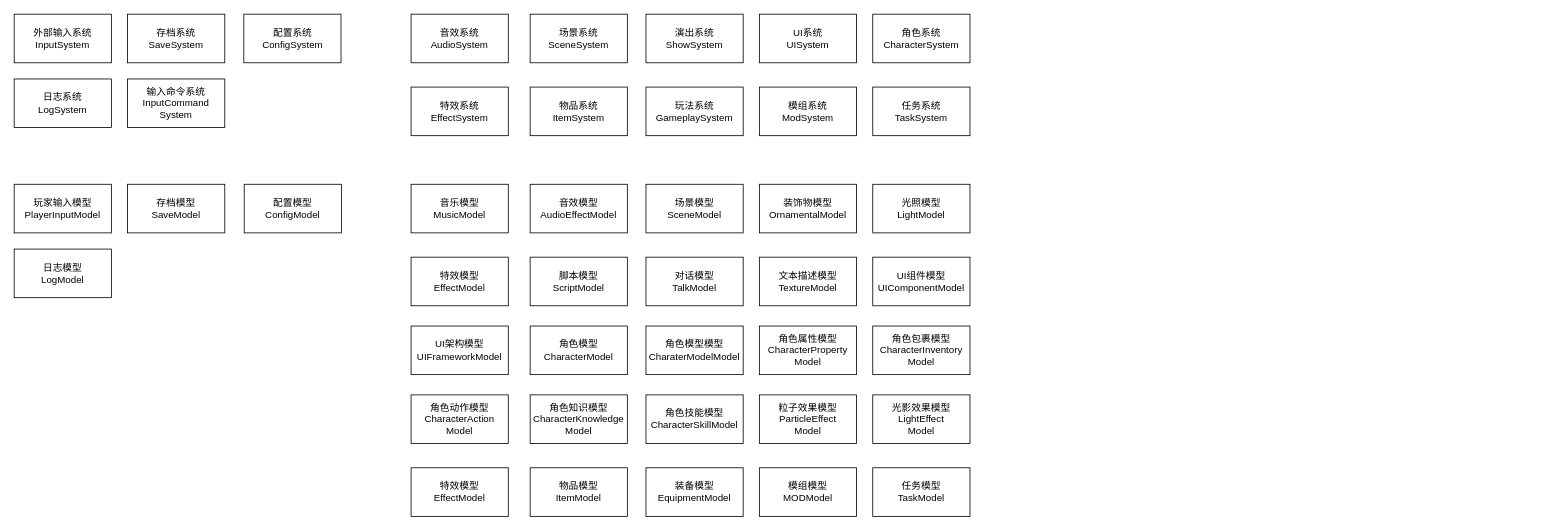
Above: 流程图/系统框架.drawio in Karmel5950/NoteBook (draw.io), before the change. Source tidied: cells renumbered, new cells numbered last; positions are measured from the earlier drawing's top-left corner, leaving out a move shared by most shapes. Both pictures are drawn from the tidied source at 81%, with x=0, y=0 at pixel (14, 14).
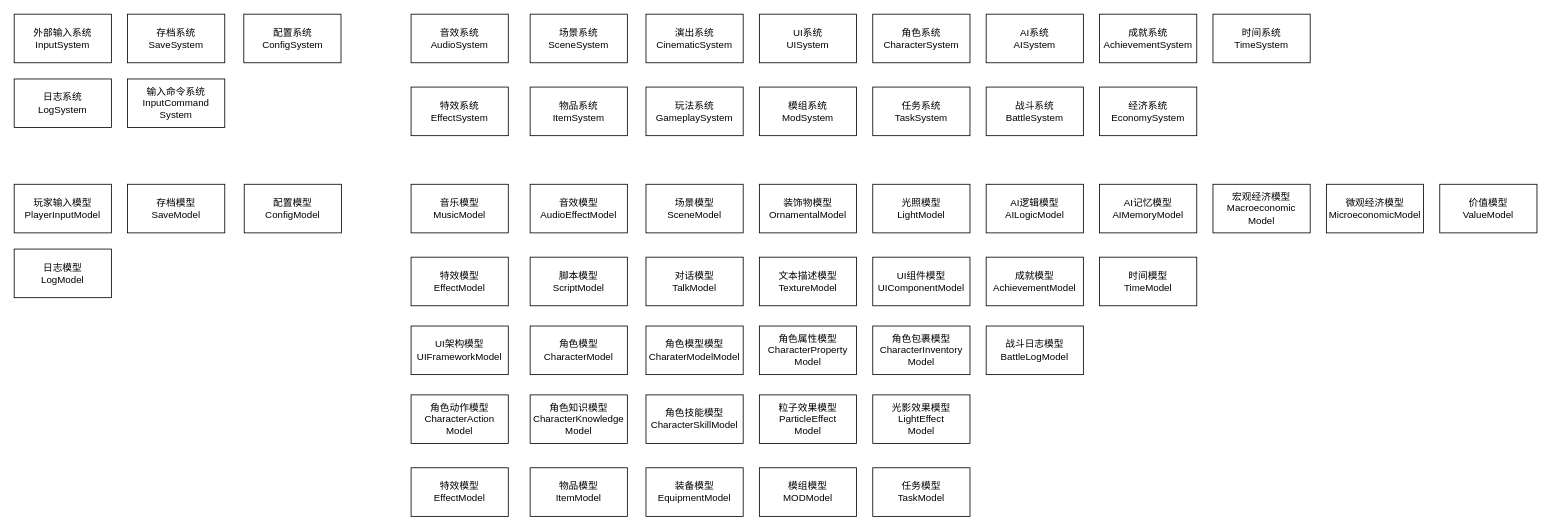
After the change.

The edit, as a diff of the source:
```diff
@@
-    <mxCell id="10" value="演出系统&lt;br&gt;ShowSystem" style="rounded=0;whiteSpace=wrap;html=1;" parent="1" vertex="1">
+    <mxCell id="10" value="演出系统&lt;br&gt;&lt;span style=&quot;text-align: left&quot;&gt;Cinematic&lt;/span&gt;System" style="rounded=0;whiteSpace=wrap;html=1;" parent="1" vertex="1">
       <mxGeometry x="780" width="120" height="60" as="geometry" />
     </mxCell>
@@
+    <mxCell id="46" value="AI系统&lt;br&gt;AISystem" style="rounded=0;whiteSpace=wrap;html=1;" parent="1" vertex="1">
+      <mxGeometry x="1200" width="120" height="60" as="geometry" />
+    </mxCell>
+    <mxCell id="47" value="战斗系统&lt;br&gt;BattleSystem" style="rounded=0;whiteSpace=wrap;html=1;" parent="1" vertex="1">
+      <mxGeometry x="1200" y="90" width="120" height="60" as="geometry" />
+    </mxCell>
+    <mxCell id="48" value="成就系统&lt;br&gt;&lt;span style=&quot;text-align: left&quot;&gt;AchievementSystem&lt;/span&gt;" style="rounded=0;whiteSpace=wrap;html=1;" parent="1" vertex="1">
+      <mxGeometry x="1340" width="120" height="60" as="geometry" />
+    </mxCell>
+    <mxCell id="49" value="经济系统&lt;br&gt;&lt;span style=&quot;text-align: left&quot;&gt;EconomySystem&lt;/span&gt;" style="rounded=0;whiteSpace=wrap;html=1;" parent="1" vertex="1">
+      <mxGeometry x="1340" y="90" width="120" height="60" as="geometry" />
+    </mxCell>
+    <mxCell id="50" value="时间系统&lt;br&gt;&lt;span style=&quot;text-align: left&quot;&gt;TimeSystem&lt;/span&gt;" style="rounded=0;whiteSpace=wrap;html=1;" parent="1" vertex="1">
+      <mxGeometry x="1480" width="120" height="60" as="geometry" />
+    </mxCell>
+    <mxCell id="51" value="AI逻辑模型&lt;br&gt;AILogicModel" style="rounded=0;whiteSpace=wrap;html=1;" parent="1" vertex="1">
+      <mxGeometry x="1200" y="210" width="120" height="60" as="geometry" />
+    </mxCell>
+    <mxCell id="52" value="AI记忆模型&lt;br&gt;AIMemoryModel" style="rounded=0;whiteSpace=wrap;html=1;" parent="1" vertex="1">
+      <mxGeometry x="1340" y="210" width="120" height="60" as="geometry" />
+    </mxCell>
+    <mxCell id="53" value="成就模型&lt;br&gt;AchievementModel" style="rounded=0;whiteSpace=wrap;html=1;" parent="1" vertex="1">
+      <mxGeometry x="1200" y="300" width="120" height="60" as="geometry" />
+    </mxCell>
+    <mxCell id="54" value="时间模型&lt;br&gt;TimeModel" style="rounded=0;whiteSpace=wrap;html=1;" parent="1" vertex="1">
+      <mxGeometry x="1340" y="300" width="120" height="60" as="geometry" />
+    </mxCell>
+    <mxCell id="55" value="宏观经济模型&lt;br&gt;&lt;span style=&quot;text-align: left&quot;&gt;Macroeconomic Model&lt;/span&gt;" style="rounded=0;whiteSpace=wrap;html=1;" parent="1" vertex="1">
+      <mxGeometry x="1480" y="210" width="120" height="60" as="geometry" />
+    </mxCell>
+    <mxCell id="56" value="微观经济模型&lt;br&gt;&lt;span style=&quot;text-align: left&quot;&gt;MicroeconomicModel&lt;/span&gt;" style="rounded=0;whiteSpace=wrap;html=1;" parent="1" vertex="1">
+      <mxGeometry x="1620" y="210" width="120" height="60" as="geometry" />
+    </mxCell>
+    <mxCell id="57" value="价值模型&lt;br&gt;ValueModel" style="rounded=0;whiteSpace=wrap;html=1;" parent="1" vertex="1">
+      <mxGeometry x="1760" y="210" width="120" height="60" as="geometry" />
+    </mxCell>
+    <mxCell id="58" value="战斗日志模型&lt;br&gt;BattleLogModel" style="rounded=0;whiteSpace=wrap;html=1;" parent="1" vertex="1">
+      <mxGeometry x="1200" y="385" width="120" height="60" as="geometry" />
+    </mxCell>
```
